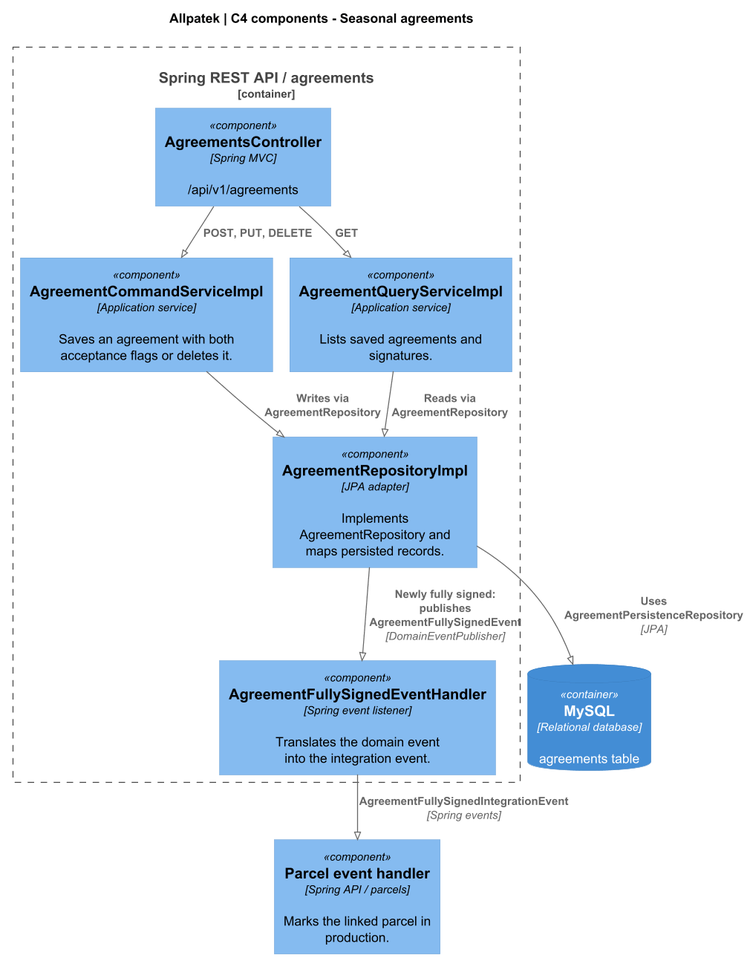
upc-pre-202620-1asi0729-7753-Terranova/allpatek-report keeps this PlantUML diagram as assets/chapter-04/architecture/c4-agreements.png. Above is the earlier version.
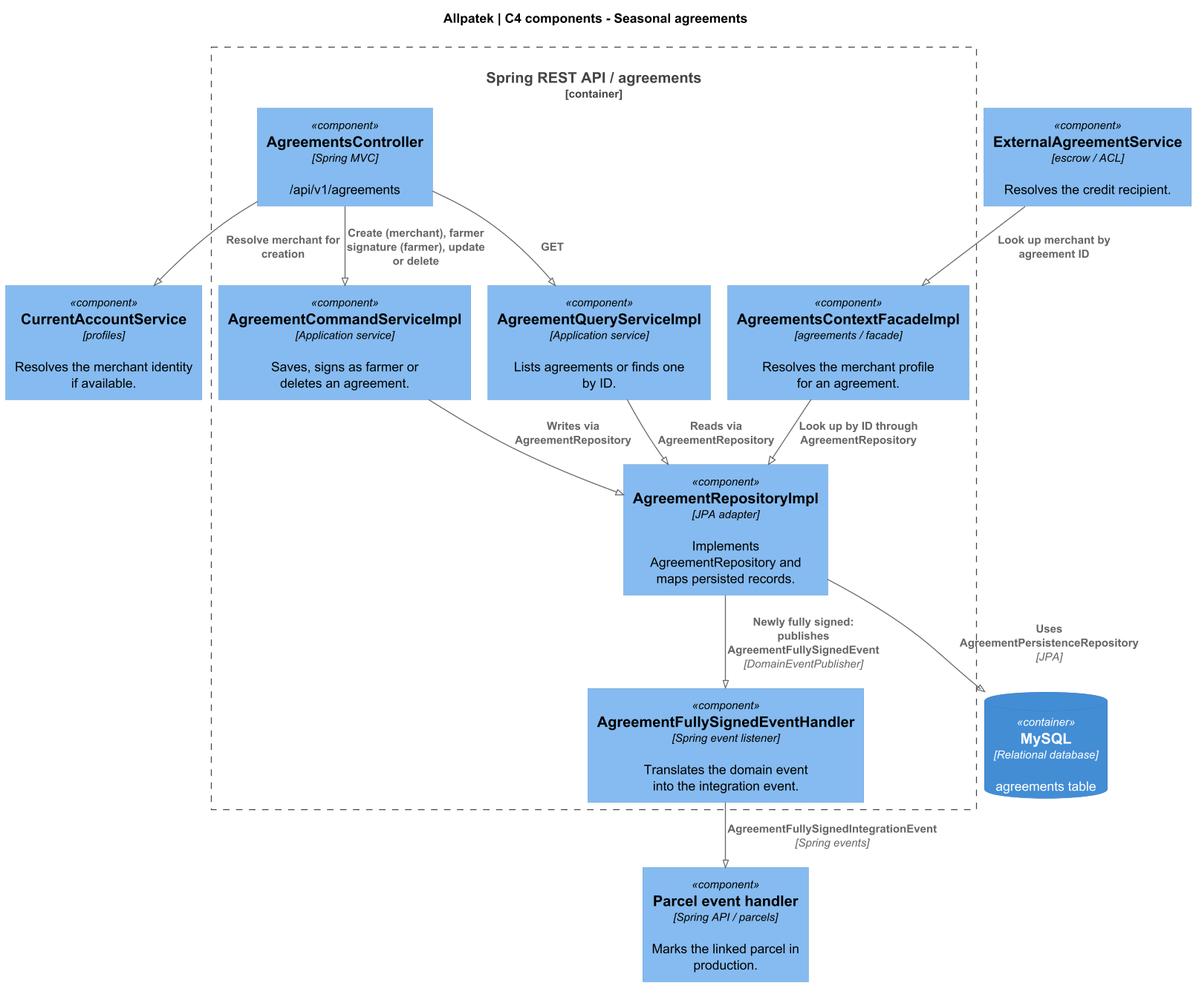
Later version of the same file.

Commit message:
docs(c4): trace farmer signatures and merchant lookup

The edit, as a diff of the source:
```diff
@@ -10,19 +10,26 @@
 title Allpatek | C4 components - Seasonal agreements
 Container_Boundary(api, "Spring REST API / agreements") {
   Component(rest, "AgreementsController", "Spring MVC", "/api/v1/agreements")
-  Component(cmd, "AgreementCommandServiceImpl", "Application service", "Saves an agreement with both acceptance flags or deletes it.")
-  Component(query, "AgreementQueryServiceImpl", "Application service", "Lists saved agreements and signatures.")
+  Component(cmd, "AgreementCommandServiceImpl", "Application service", "Saves, signs as farmer or deletes an agreement.")
+  Component(query, "AgreementQueryServiceImpl", "Application service", "Lists agreements or finds one by ID.")
   Component(repo, "AgreementRepositoryImpl", "JPA adapter", "Implements AgreementRepository and maps persisted records.")
   Component(bridge, "AgreementFullySignedEventHandler", "Spring event listener", "Translates the domain event into the integration event.")
+  Component(fac, "AgreementsContextFacadeImpl", "agreements / facade", "Resolves the merchant profile for an agreement.")
 }
 
 Component(consumer, "Parcel event handler", "Spring API / parcels", "Marks the linked parcel in production.")
 ContainerDb(db, "MySQL", "Relational database", "agreements table")
-Rel(rest, cmd, "POST, PUT, DELETE")
+Rel(rest, cmd, "Create (merchant), farmer signature (farmer), update or delete")
 Rel(rest, query, "GET")
 Rel(cmd, repo, "Writes via AgreementRepository")
 Rel(query, repo, "Reads via AgreementRepository")
 Rel(repo, db, "Uses AgreementPersistenceRepository", "JPA")
 Rel(repo, bridge, "Newly fully signed: publishes AgreementFullySignedEvent", "DomainEventPublisher")
 Rel(bridge, consumer, "AgreementFullySignedIntegrationEvent", "Spring events")
+Component(account, "CurrentAccountService", "profiles", "Resolves the merchant identity if available.")
+
+Component(esc, "ExternalAgreementService", "escrow / ACL", "Resolves the credit recipient.")
+Rel(rest, account, "Resolve merchant for creation")
+Rel(esc, fac, "Look up merchant by agreement ID")
+Rel(fac, repo, "Look up by ID through AgreementRepository")
 @enduml
```
